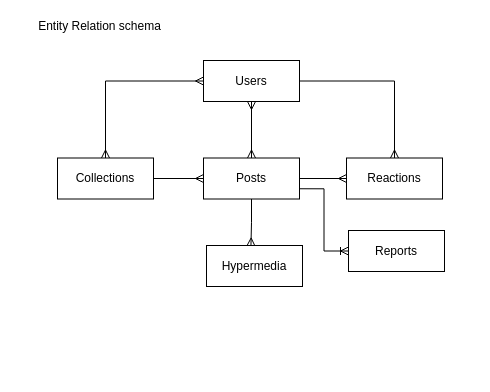
albertomorini/GeoMedia keeps this draw.io diagram as docs/GeoMedia_ER.drawio. Above is the earlier version. Source tidied: cells renumbered, new cells numbered last; positions are measured from the earlier drawing's top-left corner, leaving out a move shared by most shapes. Both pictures are drawn from the tidied source at 100%, with x=0, y=0 at pixel (17, 17).
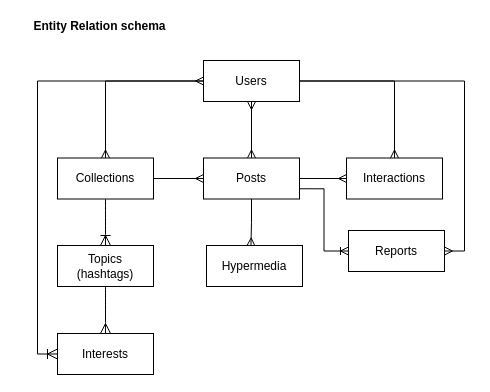
After the change.

Unchanged cells that the change refers to:
```xml
<mxCell id="4" value="Users" style="rounded=0;whiteSpace=wrap;html=1;" parent="1" vertex="1">
  <mxGeometry x="186" y="43" width="96" height="41" as="geometry" />
</mxCell>
<mxCell id="9" value="Collections" style="rounded=0;whiteSpace=wrap;html=1;" parent="1" vertex="1">
  <mxGeometry x="40" y="140.5" width="96" height="41" as="geometry" />
</mxCell>
<mxCell id="14" value="Reports" style="rounded=0;whiteSpace=wrap;html=1;" parent="1" vertex="1">
  <mxGeometry x="331" y="213" width="96" height="41" as="geometry" />
</mxCell>
```

Change to the diagram source:
```diff
@@
+    <mxCell id="16" style="edgeStyle=orthogonalEdgeStyle;rounded=0;jettySize=auto;html=1;exitX=0;exitY=0.5;exitDx=0;exitDy=0;entryX=0;entryY=0.5;entryDx=0;entryDy=0;fontSize=12;startSize=8;endSize=8;elbow=vertical;endArrow=ERoneToMany;endFill=0;" parent="1" edge="1" source="4" target="19">
+      <mxGeometry relative="1" as="geometry" />
+    </mxCell>
@@
+    <mxCell id="17" style="edgeStyle=none;curved=1;rounded=0;jettySize=auto;html=1;exitX=0.5;exitY=1;exitDx=0;exitDy=0;entryX=0.5;entryY=0;entryDx=0;entryDy=0;fontSize=12;startSize=8;endSize=8;endArrow=ERoneToMany;endFill=0;" parent="1" edge="1" source="9" target="21">
+      <mxGeometry relative="1" as="geometry" />
+    </mxCell>
@@
-    <mxCell id="12" value="Reactions" style="rounded=0;whiteSpace=wrap;html=1;" parent="1" vertex="1">
+    <mxCell id="12" value="Interactions" style="rounded=0;whiteSpace=wrap;html=1;" parent="1" vertex="1">
       <mxGeometry x="329" y="140.5" width="96" height="41" as="geometry" />
     </mxCell>
@@
-    <mxCell id="15" value="Entity Relation schema" style="text;html=1;whiteSpace=wrap;strokeColor=none;fillColor=none;align=center;verticalAlign=middle;rounded=0;" parent="1" vertex="1">
+    <mxCell id="15" value="&lt;b&gt;Entity Relation schema&lt;/b&gt;" style="text;html=1;whiteSpace=wrap;strokeColor=none;fillColor=none;align=center;verticalAlign=middle;rounded=0;" parent="1" vertex="1">
       <mxGeometry width="165" height="17" as="geometry" />
     </mxCell>
+    <mxCell id="18" style="edgeStyle=orthogonalEdgeStyle;rounded=0;jettySize=auto;html=1;exitX=1;exitY=0.5;exitDx=0;exitDy=0;endArrow=ERmany;endFill=0;entryX=1;entryY=0.5;entryDx=0;entryDy=0;" parent="1" edge="1" source="4" target="14">
+      <mxGeometry relative="1" as="geometry" />
+    </mxCell>
+    <mxCell id="19" value="Interests" style="rounded=0;whiteSpace=wrap;html=1;" parent="1" vertex="1">
+      <mxGeometry x="40" y="316" width="96" height="41" as="geometry" />
+    </mxCell>
+    <mxCell id="20" style="edgeStyle=none;curved=1;rounded=0;jettySize=auto;html=1;exitX=0.5;exitY=1;exitDx=0;exitDy=0;entryX=0.5;entryY=0;entryDx=0;entryDy=0;fontSize=12;startSize=8;endSize=8;endArrow=ERmany;endFill=0;" parent="1" edge="1" source="21" target="19">
+      <mxGeometry relative="1" as="geometry" />
+    </mxCell>
+    <mxCell id="21" value="Topics&lt;br&gt;(hashtags)" style="rounded=0;whiteSpace=wrap;html=1;" parent="1" vertex="1">
+      <mxGeometry x="40" y="228" width="96" height="41" as="geometry" />
+    </mxCell>
```
